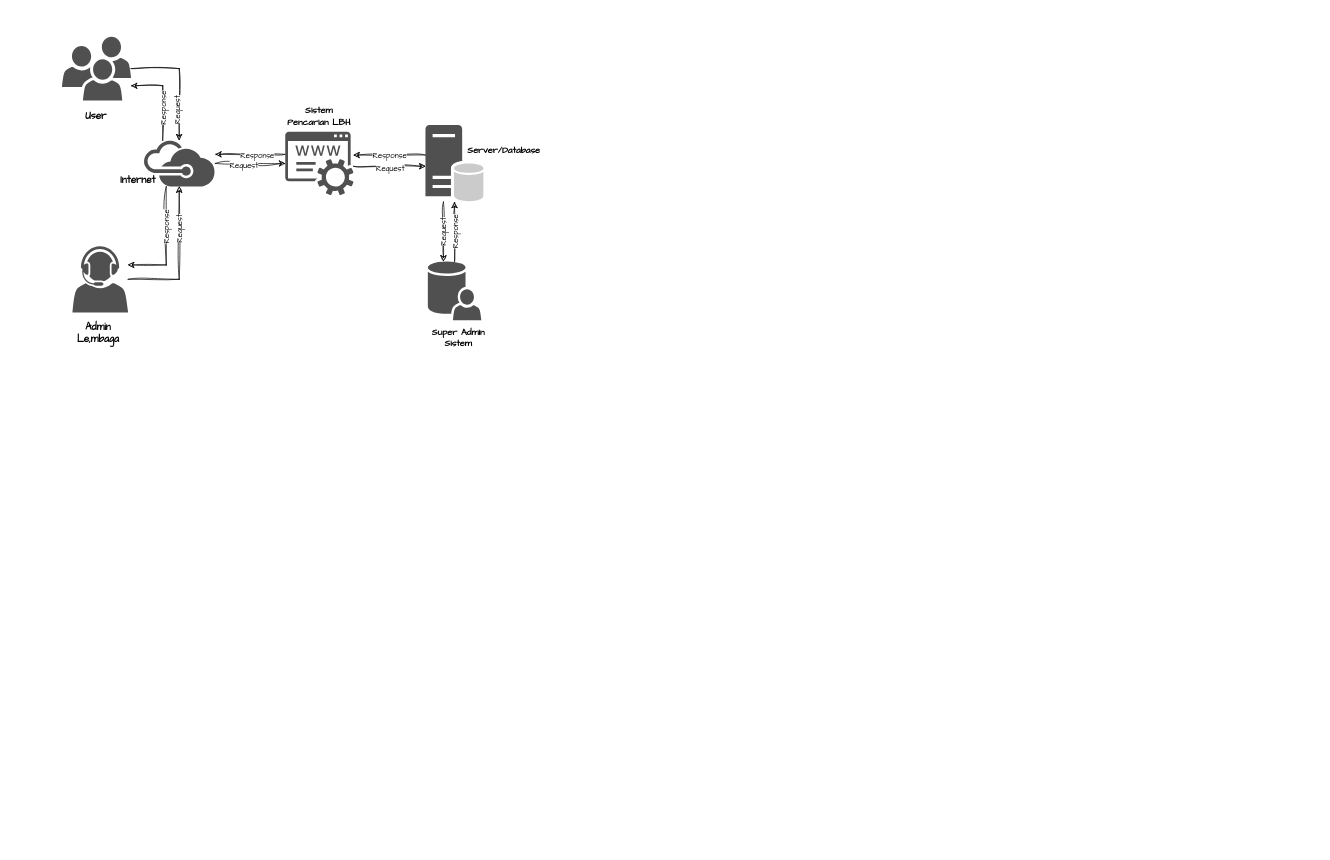
Earlier version of the draw.io diagram page "Arsitektur" (3 of 3) of Arsitektur-Model-PUI.drawio (naufalfirman23/FILE-DIAGRAM). Source tidied: cells renumbered, new cells numbered last; positions are measured from the earlier drawing's top-left corner, leaving out a move shared by most shapes. Both pictures are drawn from the tidied source at 70%, with x=0, y=0 at pixel (62, 36).
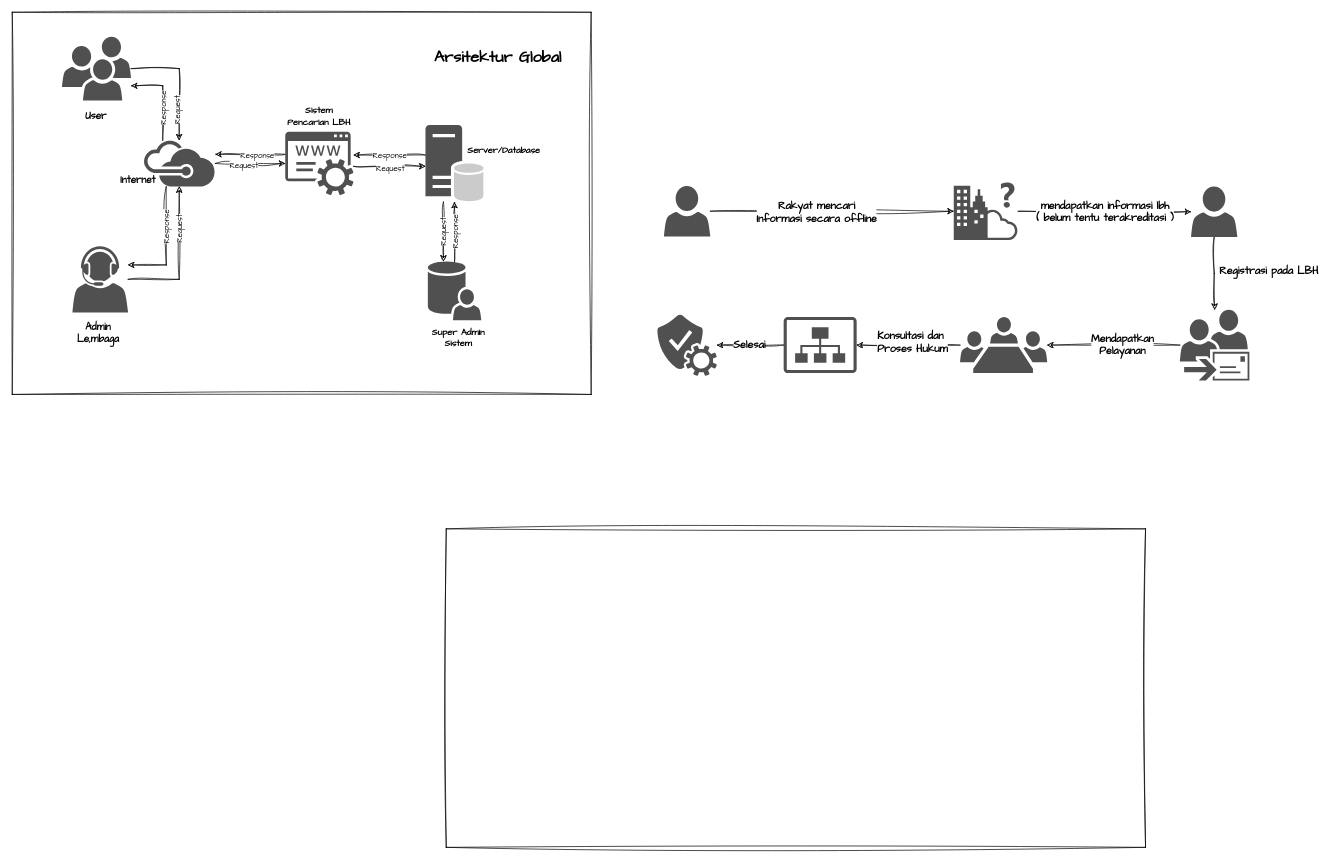
After the change.

The edit, as a diff of the source:
```diff
@@
+    <mxCell id="34" style="rounded=0;whiteSpace=wrap;html=1;sketch=1;hachureGap=4;jiggle=2;curveFitting=1;fontFamily=Architects Daughter;" parent="1" vertex="1">
+      <mxGeometry x="549" y="703" width="999" height="455" as="geometry" />
+    </mxCell>
+    <mxCell id="35" style="rounded=0;whiteSpace=wrap;html=1;sketch=1;hachureGap=4;jiggle=2;curveFitting=1;fontFamily=Architects Daughter;" parent="1" vertex="1">
+      <mxGeometry x="-71" y="-35" width="827" height="546" as="geometry" />
+    </mxCell>
@@
+    <mxCell id="36" value="&lt;b style=&quot;font-size: 23px;&quot;&gt;&lt;font style=&quot;font-size: 23px;&quot;&gt;Arsitektur Global&lt;/font&gt;&lt;/b&gt;" style="text;html=1;align=center;verticalAlign=middle;whiteSpace=wrap;rounded=0;fontFamily=Architects Daughter;fontSize=23;" parent="1" vertex="1">
+      <mxGeometry x="528" y="11" width="190" height="37" as="geometry" />
+    </mxCell>
+    <mxCell id="37" style="edgeStyle=orthogonalEdgeStyle;rounded=0;sketch=1;hachureGap=4;jiggle=2;curveFitting=1;jettySize=auto;html=1;fontFamily=Architects Daughter;" parent="1" edge="1" source="39" target="41">
+      <mxGeometry relative="1" as="geometry" />
+    </mxCell>
+    <mxCell id="38" value="&lt;font style=&quot;font-size: 15px;&quot;&gt;&lt;b&gt;Rakyat mencari&lt;/b&gt;&lt;/font&gt;&lt;div style=&quot;font-size: 15px;&quot;&gt;&lt;font style=&quot;font-size: 15px;&quot;&gt;&lt;b&gt;Informasi secara offline&lt;/b&gt;&lt;/font&gt;&lt;/div&gt;" style="edgeLabel;html=1;align=center;verticalAlign=middle;sketch=1;hachureGap=4;jiggle=2;curveFitting=1;fontFamily=Architects Daughter;" parent="37" vertex="1">
+      <mxGeometry x="-0.13" y="-1" relative="1" as="geometry" />
+    </mxCell>
+    <mxCell id="39" style="sketch=0;shadow=0;dashed=0;html=1;strokeColor=none;fillColor=#505050;labelPosition=center;verticalLabelPosition=bottom;verticalAlign=top;outlineConnect=0;align=center;shape=mxgraph.office.users.user;hachureGap=4;jiggle=2;curveFitting=1;fontFamily=Architects Daughter;" parent="1" vertex="1">
+      <mxGeometry x="860" y="213.2" width="66.2" height="72" as="geometry" />
+    </mxCell>
+    <mxCell id="40" style="edgeStyle=orthogonalEdgeStyle;rounded=0;sketch=1;hachureGap=4;jiggle=2;curveFitting=1;jettySize=auto;html=1;fontFamily=Architects Daughter;" parent="1" edge="1" source="41" target="44">
+      <mxGeometry relative="1" as="geometry" />
+    </mxCell>
+    <mxCell id="41" style="sketch=0;shadow=0;dashed=0;html=1;strokeColor=none;fillColor=#505050;labelPosition=center;verticalLabelPosition=bottom;verticalAlign=top;outlineConnect=0;align=center;shape=mxgraph.office.concepts.platform_options;hachureGap=4;jiggle=2;curveFitting=1;fontFamily=Architects Daughter;" parent="1" vertex="1">
+      <mxGeometry x="1274" y="208" width="92" height="82.5" as="geometry" />
+    </mxCell>
+    <mxCell id="42" value="&lt;span style=&quot;font-size: 15px;&quot;&gt;&lt;b&gt;mendapatkan informasi lbh&lt;/b&gt;&lt;/span&gt;&lt;div&gt;&lt;span style=&quot;font-size: 15px;&quot;&gt;&lt;b&gt;( belum tentu terakreditasi )&lt;/b&gt;&lt;/span&gt;&lt;/div&gt;" style="edgeLabel;html=1;align=center;verticalAlign=middle;sketch=1;hachureGap=4;jiggle=2;curveFitting=1;fontFamily=Architects Daughter;" parent="1" vertex="1">
+      <mxGeometry x="1481" y="249.2" as="geometry">
+        <mxPoint x="8" as="offset" />
+      </mxGeometry>
+    </mxCell>
+    <mxCell id="43" style="edgeStyle=orthogonalEdgeStyle;rounded=0;sketch=1;hachureGap=4;jiggle=2;curveFitting=1;jettySize=auto;html=1;fontFamily=Architects Daughter;" parent="1" edge="1" source="44" target="48">
+      <mxGeometry relative="1" as="geometry" />
+    </mxCell>
+    <mxCell id="44" style="sketch=0;shadow=0;dashed=0;html=1;strokeColor=none;fillColor=#505050;labelPosition=center;verticalLabelPosition=bottom;verticalAlign=top;outlineConnect=0;align=center;shape=mxgraph.office.users.user;hachureGap=4;jiggle=2;curveFitting=1;fontFamily=Architects Daughter;" parent="1" vertex="1">
+      <mxGeometry x="1613" y="214" width="66.2" height="72" as="geometry" />
+    </mxCell>
+    <mxCell id="45" style="edgeStyle=orthogonalEdgeStyle;rounded=0;sketch=1;hachureGap=4;jiggle=2;curveFitting=1;jettySize=auto;html=1;fontFamily=Architects Daughter;" parent="1" edge="1" source="46" target="53">
+      <mxGeometry relative="1" as="geometry" />
+    </mxCell>
+    <mxCell id="46" style="sketch=0;shadow=0;dashed=0;html=1;strokeColor=none;fillColor=#505050;labelPosition=center;verticalLabelPosition=bottom;verticalAlign=top;outlineConnect=0;align=center;shape=mxgraph.office.users.meeting;hachureGap=4;jiggle=2;curveFitting=1;fontFamily=Architects Daughter;" parent="1" vertex="1">
+      <mxGeometry x="1283" y="400.5" width="124.5" height="80" as="geometry" />
+    </mxCell>
+    <mxCell id="47" style="edgeStyle=orthogonalEdgeStyle;rounded=0;sketch=1;hachureGap=4;jiggle=2;curveFitting=1;jettySize=auto;html=1;fontFamily=Architects Daughter;" parent="1" edge="1" source="48" target="46">
+      <mxGeometry relative="1" as="geometry" />
+    </mxCell>
+    <mxCell id="48" style="sketch=0;shadow=0;dashed=0;html=1;strokeColor=none;fillColor=#505050;labelPosition=center;verticalLabelPosition=bottom;verticalAlign=top;outlineConnect=0;align=center;shape=mxgraph.office.users.dynamic_distribution_group;hachureGap=4;jiggle=2;curveFitting=1;fontFamily=Architects Daughter;" parent="1" vertex="1">
+      <mxGeometry x="1597" y="390" width="99.3" height="101" as="geometry" />
+    </mxCell>
+    <mxCell id="49" value="&lt;span style=&quot;font-size: 15px;&quot;&gt;&lt;b&gt;Registrasi pada LBH&lt;/b&gt;&lt;/span&gt;" style="edgeLabel;html=1;align=center;verticalAlign=middle;sketch=1;hachureGap=4;jiggle=2;curveFitting=1;fontFamily=Architects Daughter;" parent="1" vertex="1">
+      <mxGeometry x="1511" y="269" as="geometry">
+        <mxPoint x="212" y="64" as="offset" />
+      </mxGeometry>
+    </mxCell>
+    <mxCell id="50" value="&lt;span style=&quot;font-size: 15px;&quot;&gt;&lt;b&gt;Mendapatkan&lt;/b&gt;&lt;/span&gt;&lt;div&gt;&lt;span style=&quot;font-size: 15px;&quot;&gt;&lt;b&gt;Pelayanan&lt;/b&gt;&lt;/span&gt;&lt;/div&gt;" style="edgeLabel;html=1;align=center;verticalAlign=middle;sketch=1;hachureGap=4;jiggle=2;curveFitting=1;fontFamily=Architects Daughter;" parent="1" vertex="1">
+      <mxGeometry x="1088" y="306" as="geometry">
+        <mxPoint x="426" y="133" as="offset" />
+      </mxGeometry>
+    </mxCell>
+    <mxCell id="51" style="sketch=0;shadow=0;dashed=0;html=1;strokeColor=none;fillColor=#505050;labelPosition=center;verticalLabelPosition=bottom;verticalAlign=top;outlineConnect=0;align=center;shape=mxgraph.office.services.verification_service;hachureGap=4;jiggle=2;curveFitting=1;fontFamily=Architects Daughter;" parent="1" vertex="1">
+      <mxGeometry x="850.6" y="396.5" width="85" height="88" as="geometry" />
+    </mxCell>
+    <mxCell id="52" style="edgeStyle=orthogonalEdgeStyle;rounded=0;sketch=1;hachureGap=4;jiggle=2;curveFitting=1;jettySize=auto;html=1;fontFamily=Architects Daughter;" parent="1" edge="1" source="53" target="51">
+      <mxGeometry relative="1" as="geometry" />
+    </mxCell>
+    <mxCell id="53" style="sketch=0;shadow=0;dashed=0;html=1;strokeColor=none;fillColor=#505050;labelPosition=center;verticalLabelPosition=bottom;verticalAlign=top;outlineConnect=0;align=center;shape=mxgraph.office.sites.site_collection;hachureGap=4;jiggle=2;curveFitting=1;fontFamily=Architects Daughter;" parent="1" vertex="1">
+      <mxGeometry x="1031" y="400.3" width="104.3" height="80.2" as="geometry" />
+    </mxCell>
+    <mxCell id="54" value="&lt;span style=&quot;font-size: 15px;&quot;&gt;&lt;b&gt;Konsultasi dan&amp;nbsp;&lt;/b&gt;&lt;/span&gt;&lt;div&gt;&lt;span style=&quot;font-size: 15px;&quot;&gt;&lt;b&gt;Proses Hukum&lt;/b&gt;&lt;/span&gt;&lt;/div&gt;" style="edgeLabel;html=1;align=center;verticalAlign=middle;sketch=1;hachureGap=4;jiggle=2;curveFitting=1;fontFamily=Architects Daughter;" parent="1" vertex="1">
+      <mxGeometry x="1002" y="372" as="geometry">
+        <mxPoint x="212" y="64" as="offset" />
+      </mxGeometry>
+    </mxCell>
+    <mxCell id="55" value="&lt;span style=&quot;font-size: 15px;&quot;&gt;&lt;b&gt;Selesai&lt;/b&gt;&lt;/span&gt;" style="edgeLabel;html=1;align=center;verticalAlign=middle;sketch=1;hachureGap=4;jiggle=2;curveFitting=1;fontFamily=Architects Daughter;" parent="1" vertex="1">
+      <mxGeometry x="769" y="375" as="geometry">
+        <mxPoint x="212" y="64" as="offset" />
+      </mxGeometry>
+    </mxCell>
```
